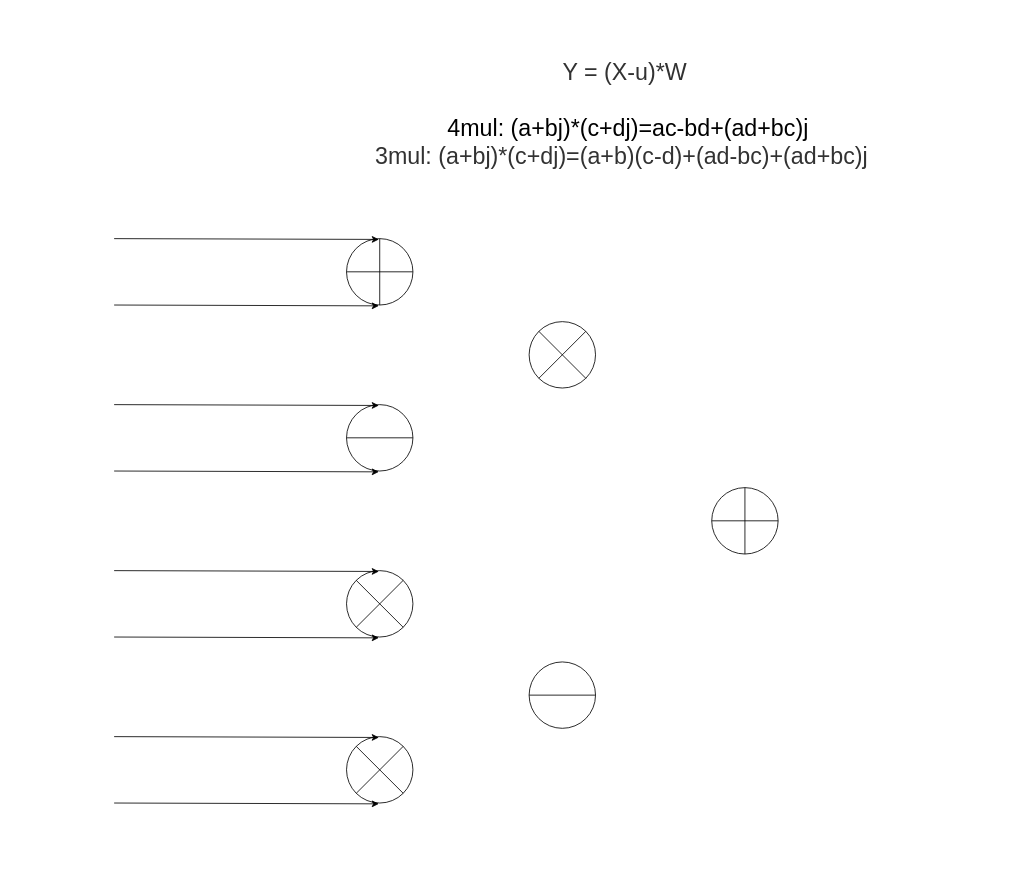
Earlier version of the draw.io diagram ChirpPreprocessing.drawio (YYSssssss/FPGA_common). Source tidied: cells renumbered, new cells numbered last; positions are measured from the earlier drawing's top-left corner, leaving out a move shared by most shapes. Both pictures are drawn from the tidied source at 83%, with x=0, y=0 at pixel (114, 14).
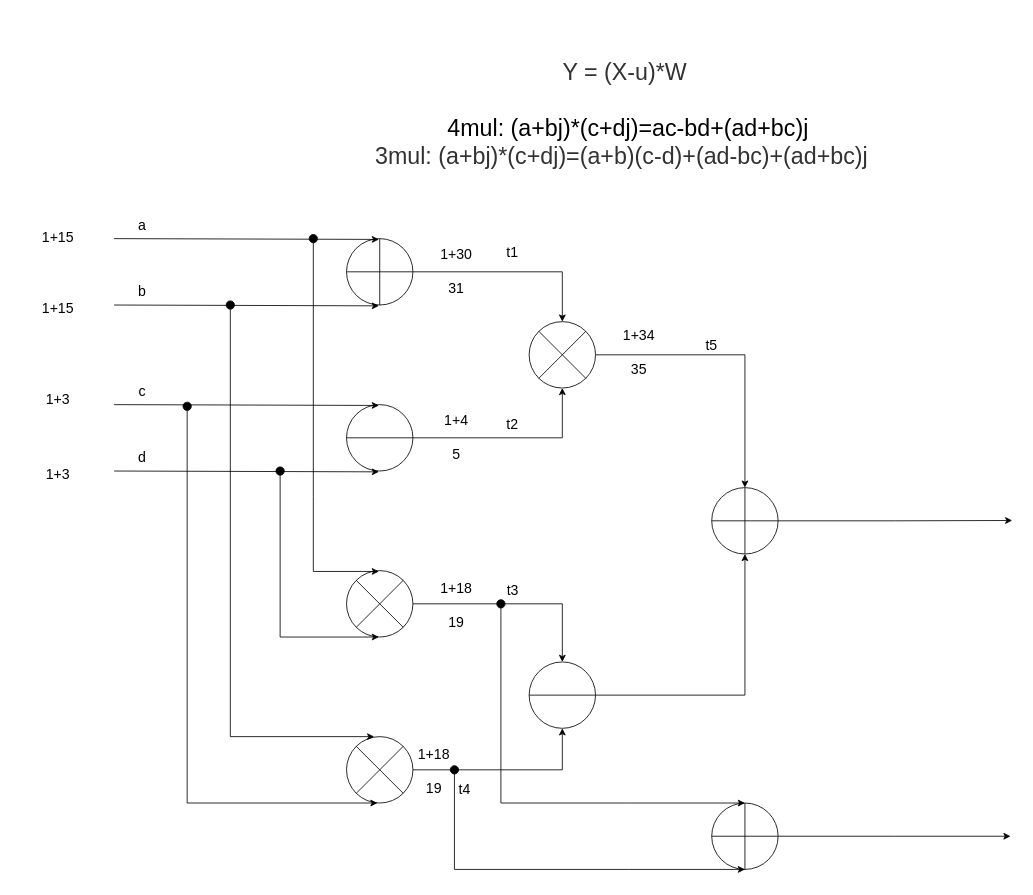
After the change.

Unchanged cells that the change refers to:
```xml
<mxCell id="4" style="shape=orEllipse;perimeter=ellipsePerimeter;whiteSpace=wrap;html=1;backgroundOutline=1;" parent="1" vertex="1">
  <mxGeometry x="280" y="270" width="80" height="80" as="geometry" />
</mxCell>
<mxCell id="5" style="shape=lineEllipse;perimeter=ellipsePerimeter;whiteSpace=wrap;html=1;backgroundOutline=1;" parent="1" vertex="1">
  <mxGeometry x="280" y="470" width="80" height="80" as="geometry" />
</mxCell>
<mxCell id="6" style="shape=sumEllipse;perimeter=ellipsePerimeter;whiteSpace=wrap;html=1;backgroundOutline=1;" parent="1" vertex="1">
  <mxGeometry x="280" y="670" width="80" height="80" as="geometry" />
</mxCell>
<mxCell id="7" style="shape=sumEllipse;perimeter=ellipsePerimeter;whiteSpace=wrap;html=1;backgroundOutline=1;" parent="1" vertex="1">
  <mxGeometry x="280" y="870" width="80" height="80" as="geometry" />
</mxCell>
<mxCell id="8" style="shape=sumEllipse;perimeter=ellipsePerimeter;whiteSpace=wrap;html=1;backgroundOutline=1;" parent="1" vertex="1">
  <mxGeometry x="500" y="370" width="80" height="80" as="geometry" />
</mxCell>
<mxCell id="9" style="shape=lineEllipse;perimeter=ellipsePerimeter;whiteSpace=wrap;html=1;backgroundOutline=1;" parent="1" vertex="1">
  <mxGeometry x="500" y="780" width="80" height="80" as="geometry" />
</mxCell>
<mxCell id="10" style="shape=orEllipse;perimeter=ellipsePerimeter;whiteSpace=wrap;html=1;backgroundOutline=1;" parent="1" vertex="1">
  <mxGeometry x="720" y="570" width="80" height="80" as="geometry" />
</mxCell>
```

Diff of the diagram source:
```diff
@@
+    <mxCell id="19" style="edgeStyle=orthogonalEdgeStyle;rounded=0;jettySize=auto;html=1;exitX=1;exitY=0.5;exitDx=0;exitDy=0;entryX=0.5;entryY=0;entryDx=0;entryDy=0;" parent="1" edge="1" source="4" target="8">
+      <mxGeometry relative="1" as="geometry" />
+    </mxCell>
@@
+    <mxCell id="20" style="edgeStyle=orthogonalEdgeStyle;rounded=0;jettySize=auto;html=1;exitX=1;exitY=0.5;exitDx=0;exitDy=0;entryX=0.5;entryY=1;entryDx=0;entryDy=0;" parent="1" edge="1" source="5" target="8">
+      <mxGeometry relative="1" as="geometry" />
+    </mxCell>
@@
+    <mxCell id="21" style="edgeStyle=orthogonalEdgeStyle;rounded=0;jettySize=auto;html=1;exitX=1;exitY=0.5;exitDx=0;exitDy=0;" parent="1" edge="1" source="6" target="9">
+      <mxGeometry relative="1" as="geometry" />
+    </mxCell>
@@
+    <mxCell id="22" style="edgeStyle=orthogonalEdgeStyle;rounded=0;jettySize=auto;html=1;exitX=1;exitY=0.5;exitDx=0;exitDy=0;entryX=0.5;entryY=1;entryDx=0;entryDy=0;" parent="1" edge="1" source="7" target="9">
+      <mxGeometry relative="1" as="geometry" />
+    </mxCell>
@@
+    <mxCell id="23" style="edgeStyle=orthogonalEdgeStyle;rounded=0;jettySize=auto;html=1;exitX=1;exitY=0.5;exitDx=0;exitDy=0;entryX=0.5;entryY=0;entryDx=0;entryDy=0;" parent="1" edge="1" source="8" target="10">
+      <mxGeometry relative="1" as="geometry" />
+    </mxCell>
@@
+    <mxCell id="24" style="edgeStyle=orthogonalEdgeStyle;rounded=0;jettySize=auto;html=1;exitX=1;exitY=0.5;exitDx=0;exitDy=0;entryX=0.5;entryY=1;entryDx=0;entryDy=0;" parent="1" edge="1" source="9" target="10">
+      <mxGeometry relative="1" as="geometry" />
+    </mxCell>
@@
+    <mxCell id="25" style="edgeStyle=orthogonalEdgeStyle;rounded=0;jettySize=auto;html=1;exitX=1;exitY=0.5;exitDx=0;exitDy=0;" parent="1" edge="1" source="10">
+      <mxGeometry relative="1" as="geometry">
+        <mxPoint x="1082" y="609.6" as="targetPoint" />
+      </mxGeometry>
+    </mxCell>
@@
-    <mxCell id="15" style="edgeStyle=none;orthogonalLoop=1;jettySize=auto;html=1;rounded=0;entryX=0.488;entryY=0.012;entryDx=0;entryDy=0;entryPerimeter=0;" parent="1" edge="1">
-      <mxGeometry relative="1" as="geometry">
-        <mxPoint y="670" as="sourcePoint" />
-        <mxPoint x="319" y="671" as="targetPoint" />
-      </mxGeometry>
-    </mxCell>
-    <mxCell id="16" style="edgeStyle=none;orthogonalLoop=1;jettySize=auto;html=1;rounded=0;entryX=0.488;entryY=0.012;entryDx=0;entryDy=0;entryPerimeter=0;" parent="1" edge="1">
-      <mxGeometry relative="1" as="geometry">
-        <mxPoint y="750" as="sourcePoint" />
-        <mxPoint x="319" y="751" as="targetPoint" />
-      </mxGeometry>
-    </mxCell>
-    <mxCell id="17" style="edgeStyle=none;orthogonalLoop=1;jettySize=auto;html=1;rounded=0;entryX=0.488;entryY=0.012;entryDx=0;entryDy=0;entryPerimeter=0;" parent="1" edge="1">
-      <mxGeometry relative="1" as="geometry">
-        <mxPoint y="870" as="sourcePoint" />
-        <mxPoint x="319" y="871" as="targetPoint" />
-      </mxGeometry>
-    </mxCell>
-    <mxCell id="18" style="edgeStyle=none;orthogonalLoop=1;jettySize=auto;html=1;rounded=0;entryX=0.488;entryY=0.012;entryDx=0;entryDy=0;entryPerimeter=0;" parent="1" edge="1">
-      <mxGeometry relative="1" as="geometry">
-        <mxPoint y="950" as="sourcePoint" />
-        <mxPoint x="319" y="951" as="targetPoint" />
-      </mxGeometry>
-    </mxCell>
+    <mxCell id="26" style="edgeStyle=orthogonalEdgeStyle;orthogonalLoop=1;jettySize=auto;html=1;rounded=0;entryX=0.488;entryY=0.012;entryDx=0;entryDy=0;entryPerimeter=0;startArrow=oval;startFill=1;startSize=10;" parent="1" edge="1">
+      <mxGeometry relative="1" as="geometry">
+        <mxPoint x="240" y="270" as="sourcePoint" />
+        <mxPoint x="319" y="671" as="targetPoint" />
+        <Array as="points">
+          <mxPoint x="240" y="581" />
+          <mxPoint x="240" y="671" />
+        </Array>
+      </mxGeometry>
+    </mxCell>
+    <mxCell id="27" style="edgeStyle=orthogonalEdgeStyle;orthogonalLoop=1;jettySize=auto;html=1;rounded=0;entryX=0.488;entryY=0.012;entryDx=0;entryDy=0;entryPerimeter=0;startArrow=oval;startFill=1;startSize=10;" parent="1" edge="1">
+      <mxGeometry relative="1" as="geometry">
+        <mxPoint x="200" y="550" as="sourcePoint" />
+        <mxPoint x="319" y="750" as="targetPoint" />
+        <Array as="points">
+          <mxPoint x="200" y="750" />
+        </Array>
+      </mxGeometry>
+    </mxCell>
+    <mxCell id="28" style="edgeStyle=orthogonalEdgeStyle;orthogonalLoop=1;jettySize=auto;html=1;rounded=0;entryX=0.416;entryY=-0.03;entryDx=0;entryDy=0;entryPerimeter=0;startArrow=oval;startFill=1;startSize=10;" parent="1" edge="1">
+      <mxGeometry relative="1" as="geometry">
+        <mxPoint x="140" y="350" as="sourcePoint" />
+        <mxPoint x="313.3" y="870" as="targetPoint" />
+        <Array as="points">
+          <mxPoint x="140" y="870" />
+        </Array>
+      </mxGeometry>
+    </mxCell>
+    <mxCell id="29" style="edgeStyle=orthogonalEdgeStyle;orthogonalLoop=1;jettySize=auto;html=1;rounded=0;entryX=0.416;entryY=-0.03;entryDx=0;entryDy=0;entryPerimeter=0;startArrow=oval;startFill=1;startSize=10;" parent="1" edge="1">
+      <mxGeometry relative="1" as="geometry">
+        <mxPoint x="88" y="472" as="sourcePoint" />
+        <mxPoint x="317.3" y="950" as="targetPoint" />
+        <Array as="points">
+          <mxPoint x="88" y="950" />
+        </Array>
+      </mxGeometry>
+    </mxCell>
+    <mxCell id="30" value="a" style="text;html=1;strokeColor=none;fillColor=none;align=center;verticalAlign=middle;whiteSpace=wrap;rounded=0;fontSize=17;" parent="1" vertex="1">
+      <mxGeometry x="4" y="240" width="60" height="30" as="geometry" />
+    </mxCell>
+    <mxCell id="31" value="b" style="text;html=1;strokeColor=none;fillColor=none;align=center;verticalAlign=middle;whiteSpace=wrap;rounded=0;fontSize=17;" parent="1" vertex="1">
+      <mxGeometry x="4" y="320" width="60" height="30" as="geometry" />
+    </mxCell>
+    <mxCell id="32" value="c" style="text;html=1;strokeColor=none;fillColor=none;align=center;verticalAlign=middle;whiteSpace=wrap;rounded=0;fontSize=17;" parent="1" vertex="1">
+      <mxGeometry x="4" y="440" width="60" height="30" as="geometry" />
+    </mxCell>
+    <mxCell id="33" value="d" style="text;html=1;strokeColor=none;fillColor=none;align=center;verticalAlign=middle;whiteSpace=wrap;rounded=0;fontSize=17;" parent="1" vertex="1">
+      <mxGeometry x="4" y="520" width="60" height="30" as="geometry" />
+    </mxCell>
+    <mxCell id="34" style="edgeStyle=orthogonalEdgeStyle;rounded=0;jettySize=auto;html=1;exitX=1;exitY=0.5;exitDx=0;exitDy=0;" parent="1" edge="1" source="35">
+      <mxGeometry relative="1" as="geometry">
+        <mxPoint x="1080" y="990" as="targetPoint" />
+      </mxGeometry>
+    </mxCell>
+    <mxCell id="35" style="shape=orEllipse;perimeter=ellipsePerimeter;whiteSpace=wrap;html=1;backgroundOutline=1;" parent="1" vertex="1">
+      <mxGeometry x="720" y="950" width="80" height="80" as="geometry" />
+    </mxCell>
+    <mxCell id="36" style="edgeStyle=orthogonalEdgeStyle;orthogonalLoop=1;jettySize=auto;html=1;rounded=0;startArrow=oval;startFill=1;startSize=10;" parent="1" edge="1">
+      <mxGeometry relative="1" as="geometry">
+        <mxPoint x="466" y="710" as="sourcePoint" />
+        <mxPoint x="760" y="950" as="targetPoint" />
+        <Array as="points">
+          <mxPoint x="620" y="950" />
+          <mxPoint x="739" y="950" />
+        </Array>
+      </mxGeometry>
+    </mxCell>
+    <mxCell id="37" style="edgeStyle=orthogonalEdgeStyle;orthogonalLoop=1;jettySize=auto;html=1;rounded=0;startArrow=oval;startFill=1;startSize=10;" parent="1" edge="1">
+      <mxGeometry relative="1" as="geometry">
+        <mxPoint x="410" y="910" as="sourcePoint" />
+        <mxPoint x="760" y="1030" as="targetPoint" />
+        <Array as="points">
+          <mxPoint x="620" y="1030" />
+          <mxPoint x="739" y="1030" />
+        </Array>
+      </mxGeometry>
+    </mxCell>
+    <mxCell id="38" value="1+15" style="text;html=1;strokeColor=none;fillColor=none;align=center;verticalAlign=middle;whiteSpace=wrap;rounded=0;fontSize=17;" parent="1" vertex="1">
+      <mxGeometry x="-120" y="255" width="105" height="30" as="geometry" />
+    </mxCell>
+    <mxCell id="39" value="1+15" style="text;html=1;strokeColor=none;fillColor=none;align=center;verticalAlign=middle;whiteSpace=wrap;rounded=0;fontSize=17;" parent="1" vertex="1">
+      <mxGeometry x="-120" y="340" width="105" height="30" as="geometry" />
+    </mxCell>
+    <mxCell id="40" value="1+3" style="text;html=1;strokeColor=none;fillColor=none;align=center;verticalAlign=middle;whiteSpace=wrap;rounded=0;fontSize=17;" parent="1" vertex="1">
+      <mxGeometry x="-120" y="450" width="105" height="30" as="geometry" />
+    </mxCell>
+    <mxCell id="41" value="1+3" style="text;html=1;strokeColor=none;fillColor=none;align=center;verticalAlign=middle;whiteSpace=wrap;rounded=0;fontSize=17;" parent="1" vertex="1">
+      <mxGeometry x="-120" y="540" width="105" height="30" as="geometry" />
+    </mxCell>
+    <mxCell id="42" value="1+4&lt;br&gt;&lt;br&gt;5" style="text;html=1;strokeColor=none;fillColor=none;align=center;verticalAlign=middle;whiteSpace=wrap;rounded=0;fontSize=17;" parent="1" vertex="1">
+      <mxGeometry x="360" y="472.5" width="105" height="75" as="geometry" />
+    </mxCell>
+    <mxCell id="43" value="t2" style="text;html=1;strokeColor=none;fillColor=none;align=center;verticalAlign=middle;whiteSpace=wrap;rounded=0;fontSize=17;" parent="1" vertex="1">
+      <mxGeometry x="450" y="480" width="60" height="30" as="geometry" />
+    </mxCell>
+    <mxCell id="44" value="1+30&lt;br&gt;&lt;br&gt;31" style="text;html=1;strokeColor=none;fillColor=none;align=center;verticalAlign=middle;whiteSpace=wrap;rounded=0;fontSize=17;" parent="1" vertex="1">
+      <mxGeometry x="360" y="272.5" width="105" height="75" as="geometry" />
+    </mxCell>
+    <mxCell id="45" value="t1" style="text;html=1;strokeColor=none;fillColor=none;align=center;verticalAlign=middle;whiteSpace=wrap;rounded=0;fontSize=17;" parent="1" vertex="1">
+      <mxGeometry x="450" y="272.5" width="60" height="30" as="geometry" />
+    </mxCell>
+    <mxCell id="46" value="t5" style="text;html=1;strokeColor=none;fillColor=none;align=center;verticalAlign=middle;whiteSpace=wrap;rounded=0;fontSize=17;" parent="1" vertex="1">
+      <mxGeometry x="690" y="385" width="60" height="30" as="geometry" />
+    </mxCell>
+    <mxCell id="47" value="1+34&lt;br&gt;&lt;br&gt;35" style="text;html=1;strokeColor=none;fillColor=none;align=center;verticalAlign=middle;whiteSpace=wrap;rounded=0;fontSize=17;" parent="1" vertex="1">
+      <mxGeometry x="580" y="370" width="105" height="75" as="geometry" />
+    </mxCell>
+    <mxCell id="48" value="t3" style="text;html=1;strokeColor=none;fillColor=none;align=center;verticalAlign=middle;whiteSpace=wrap;rounded=0;fontSize=17;" parent="1" vertex="1">
+      <mxGeometry x="437.5" y="670" width="85" height="50" as="geometry" />
+    </mxCell>
+    <mxCell id="49" value="t4" style="text;html=1;strokeColor=none;fillColor=none;align=center;verticalAlign=middle;whiteSpace=wrap;rounded=0;fontSize=17;" parent="1" vertex="1">
+      <mxGeometry x="380" y="910" width="85" height="50" as="geometry" />
+    </mxCell>
+    <mxCell id="50" value="1+18&lt;br&gt;&lt;br&gt;19" style="text;html=1;strokeColor=none;fillColor=none;align=center;verticalAlign=middle;whiteSpace=wrap;rounded=0;fontSize=17;" parent="1" vertex="1">
+      <mxGeometry x="360" y="675" width="105" height="75" as="geometry" />
+    </mxCell>
+    <mxCell id="51" value="1+18&lt;br&gt;&lt;br&gt;19" style="text;html=1;strokeColor=none;fillColor=none;align=center;verticalAlign=middle;whiteSpace=wrap;rounded=0;fontSize=17;" parent="1" vertex="1">
+      <mxGeometry x="332.5" y="875" width="105" height="75" as="geometry" />
+    </mxCell>
```
